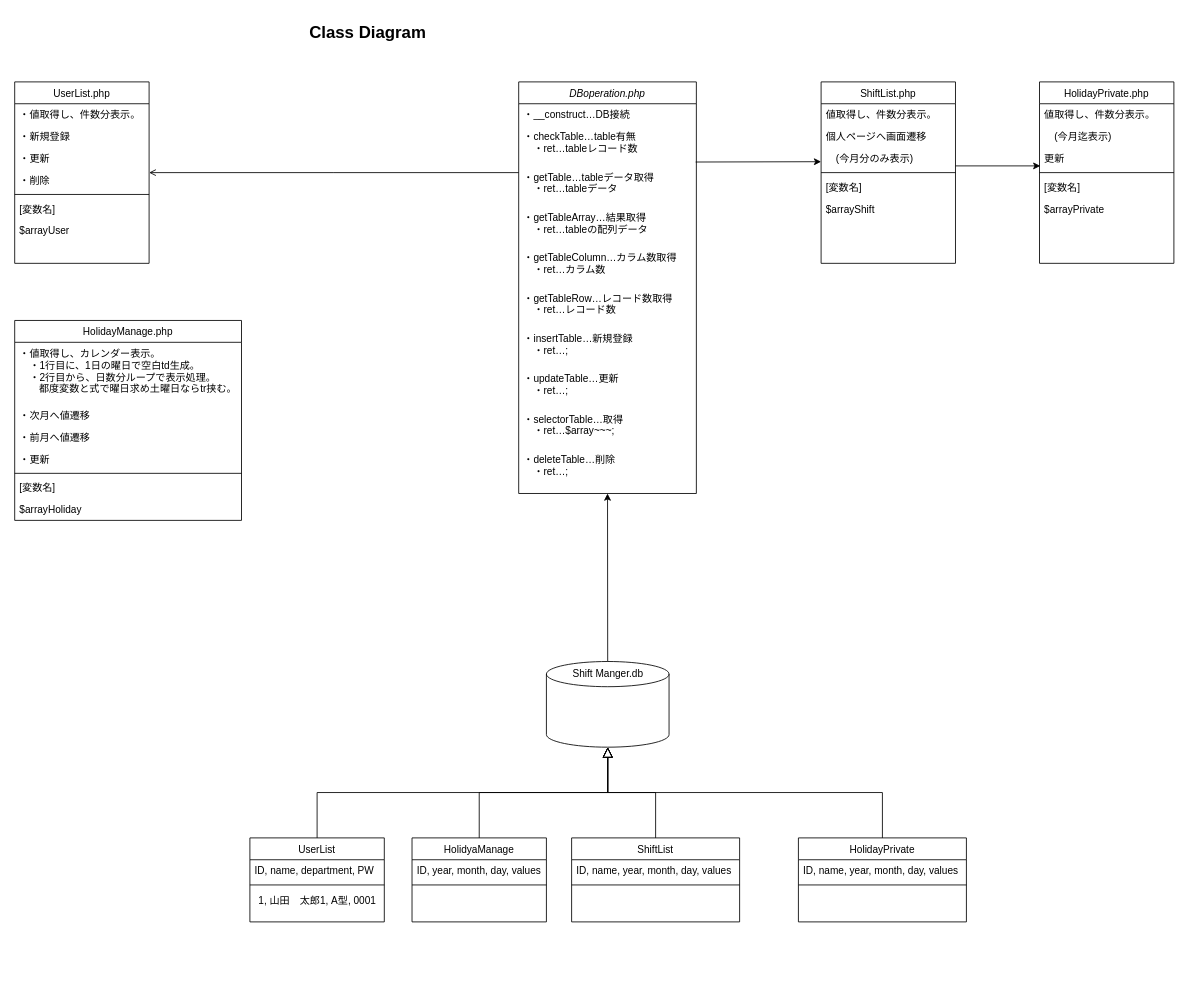
Before: Class Diagram.drawio in koji79/koji79, a draw.io diagram. Source tidied: cells renumbered, new cells numbered last; positions are measured from the earlier drawing's top-left corner, leaving out a move shared by most shapes. Both pictures are drawn from the tidied source at 84%, with x=0, y=0 at pixel (14, 14).
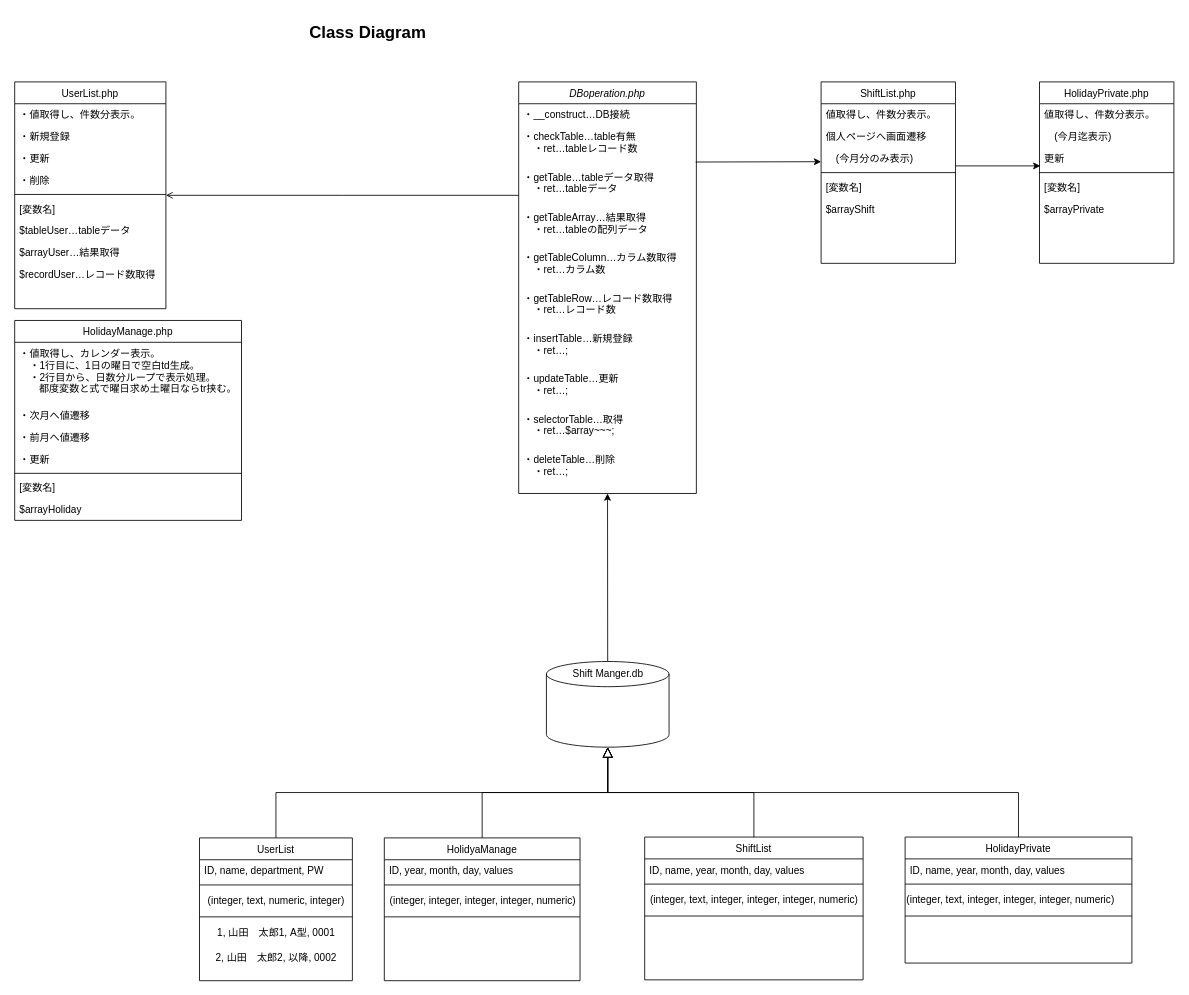
Above is the later version.

Commit message:
Class Diagram.drawio を更新します

Diff of the diagram source:
```diff
@@
     <mxCell id="13" value="UserList" style="swimlane;fontStyle=0;align=center;verticalAlign=top;horizontal=1;startSize=26;rounded=0;shadow=0;strokeWidth=1;" parent="1" vertex="1">
-      <mxGeometry x="280" y="980" width="160" height="100" as="geometry" />
+      <mxGeometry x="220" y="980" width="182" height="170" as="geometry" />
     </mxCell>
     <mxCell id="14" value="ID, name, department, PW " style="text;align=left;verticalAlign=top;spacingLeft=4;spacingRight=4;overflow=hidden;" parent="13" vertex="1">
-      <mxGeometry y="26" width="160" height="26" as="geometry" />
+      <mxGeometry y="26" width="182" height="26" as="geometry" />
     </mxCell>
     <mxCell id="15" style="line;html=1;strokeWidth=1;align=left;verticalAlign=middle;spacingTop=-1;spacingLeft=3;spacingRight=3;labelPosition=right;" parent="13" vertex="1">
-      <mxGeometry y="52" width="160" height="8" as="geometry" />
+      <mxGeometry y="52" width="182" height="8" as="geometry" />
     </mxCell>
-    <mxCell id="16" value="1, 山田　太郎1, A型, 0001" style="text;html=1;align=center;verticalAlign=middle;strokeColor=none;fillColor=none;fontSize=12;" parent="13" vertex="1">
-      <mxGeometry y="60" width="160" height="30" as="geometry" />
+    <mxCell id="16" value="(integer, text, numeric, integer)" style="text;html=1;align=center;verticalAlign=middle;strokeColor=none;fillColor=none;fontSize=12;" parent="13" vertex="1">
+      <mxGeometry y="60" width="182" height="30" as="geometry" />
     </mxCell>
+    <mxCell id="68" style="line;html=1;strokeWidth=1;align=left;verticalAlign=middle;spacingTop=-1;spacingLeft=3;spacingRight=3;labelPosition=right;" parent="13" vertex="1">
+      <mxGeometry y="90" width="182" height="8" as="geometry" />
+    </mxCell>
+    <mxCell id="69" value="1, 山田　太郎1, A型, 0001" style="text;html=1;align=center;verticalAlign=middle;strokeColor=none;fillColor=none;fontSize=12;" parent="13" vertex="1">
+      <mxGeometry y="98" width="182" height="30" as="geometry" />
+    </mxCell>
+    <mxCell id="70" value="2, 山田　太郎2, 以降, 0002" style="text;html=1;align=center;verticalAlign=middle;strokeColor=none;fillColor=none;fontSize=12;" parent="13" vertex="1">
+      <mxGeometry y="128" width="182" height="30" as="geometry" />
+    </mxCell>
@@
     <mxCell id="18" value="UserList.php" style="swimlane;fontStyle=0;align=center;verticalAlign=top;horizontal=1;startSize=26;rounded=0;shadow=0;strokeWidth=1;" parent="1" vertex="1">
-      <mxGeometry y="80" width="160" height="216" as="geometry" />
+      <mxGeometry y="80" width="180" height="270" as="geometry" />
     </mxCell>
     <mxCell id="19" value="・値取得し、件数分表示。" style="text;align=left;verticalAlign=top;spacingLeft=4;spacingRight=4;overflow=hidden;" parent="18" vertex="1">
-      <mxGeometry y="26" width="160" height="26" as="geometry" />
+      <mxGeometry y="26" width="180" height="26" as="geometry" />
     </mxCell>
     <mxCell id="20" value="・新規登録" style="text;align=left;verticalAlign=top;spacingLeft=4;spacingRight=4;overflow=hidden;rounded=0;shadow=0;html=0;" parent="18" vertex="1">
-      <mxGeometry y="52" width="160" height="26" as="geometry" />
+      <mxGeometry y="52" width="180" height="26" as="geometry" />
     </mxCell>
     <mxCell id="21" value="・更新" style="text;align=left;verticalAlign=top;spacingLeft=4;spacingRight=4;overflow=hidden;rounded=0;shadow=0;html=0;" parent="18" vertex="1">
-      <mxGeometry y="78" width="160" height="26" as="geometry" />
+      <mxGeometry y="78" width="180" height="26" as="geometry" />
     </mxCell>
     <mxCell id="22" value="・削除" style="text;align=left;verticalAlign=top;spacingLeft=4;spacingRight=4;overflow=hidden;rounded=0;shadow=0;html=0;" parent="18" vertex="1">
-      <mxGeometry y="104" width="160" height="26" as="geometry" />
+      <mxGeometry y="104" width="180" height="26" as="geometry" />
     </mxCell>
     <mxCell id="23" style="line;html=1;strokeWidth=1;align=left;verticalAlign=middle;spacingTop=-1;spacingLeft=3;spacingRight=3;labelPosition=right;" parent="18" vertex="1">
-      <mxGeometry y="130" width="160" height="8" as="geometry" />
+      <mxGeometry y="130" width="180" height="8" as="geometry" />
     </mxCell>
     <mxCell id="24" value="[変数名]" style="text;align=left;verticalAlign=top;spacingLeft=4;spacingRight=4;overflow=hidden;" parent="18" vertex="1">
-      <mxGeometry y="138" width="160" height="26" as="geometry" />
+      <mxGeometry y="138" width="180" height="26" as="geometry" />
     </mxCell>
-    <mxCell id="25" value="$arrayUser" style="text;align=left;verticalAlign=top;spacingLeft=4;spacingRight=4;overflow=hidden;" parent="18" vertex="1">
-      <mxGeometry y="164" width="160" height="26" as="geometry" />
+    <mxCell id="25" value="$tableUser…tableデータ" style="text;align=left;verticalAlign=top;spacingLeft=4;spacingRight=4;overflow=hidden;" parent="18" vertex="1">
+      <mxGeometry y="164" width="180" height="26" as="geometry" />
     </mxCell>
+    <mxCell id="71" value="$arrayUser…結果取得" style="text;align=left;verticalAlign=top;spacingLeft=4;spacingRight=4;overflow=hidden;" parent="18" vertex="1">
+      <mxGeometry y="190" width="180" height="26" as="geometry" />
+    </mxCell>
+    <mxCell id="72" value="$recordUser…レコード数取得" style="text;align=left;verticalAlign=top;spacingLeft=4;spacingRight=4;overflow=hidden;fontStyle=0;" parent="18" vertex="1">
+      <mxGeometry y="216" width="180" height="26" as="geometry" />
+    </mxCell>
@@
     <mxCell id="32" value="ShiftList" style="swimlane;fontStyle=0;align=center;verticalAlign=top;horizontal=1;startSize=26;rounded=0;shadow=0;strokeWidth=1;" parent="1" vertex="1">
-      <mxGeometry x="663" y="980" width="200" height="100" as="geometry" />
+      <mxGeometry x="750" y="979" width="260" height="170" as="geometry" />
     </mxCell>
     <mxCell id="33" value="ID, name, year, month, day, values" style="text;align=left;verticalAlign=top;spacingLeft=4;spacingRight=4;overflow=hidden;" parent="32" vertex="1">
-      <mxGeometry y="26" width="200" height="26" as="geometry" />
+      <mxGeometry y="26" width="260" height="26" as="geometry" />
     </mxCell>
     <mxCell id="34" style="line;html=1;strokeWidth=1;align=left;verticalAlign=middle;spacingTop=-1;spacingLeft=3;spacingRight=3;labelPosition=right;" parent="32" vertex="1">
-      <mxGeometry y="52" width="200" height="8" as="geometry" />
+      <mxGeometry y="52" width="260" height="8" as="geometry" />
     </mxCell>
+    <mxCell id="73" value="(integer, text, integer, integer, integer, numeric)" style="text;html=1;align=center;verticalAlign=middle;strokeColor=none;fillColor=none;fontSize=12;" parent="32" vertex="1">
+      <mxGeometry y="60" width="260" height="30" as="geometry" />
+    </mxCell>
+    <mxCell id="74" style="line;html=1;strokeWidth=1;align=left;verticalAlign=middle;spacingTop=-1;spacingLeft=3;spacingRight=3;labelPosition=right;" parent="32" vertex="1">
+      <mxGeometry y="90" width="260" height="8" as="geometry" />
+    </mxCell>
     <mxCell id="35" value="HolidayPrivate" style="swimlane;fontStyle=0;align=center;verticalAlign=top;horizontal=1;startSize=26;rounded=0;shadow=0;strokeWidth=1;" parent="1" vertex="1">
-      <mxGeometry x="933" y="980" width="200" height="100" as="geometry" />
+      <mxGeometry x="1060" y="979" width="270" height="150" as="geometry" />
     </mxCell>
     <mxCell id="36" value="ID, name, year, month, day, values" style="text;align=left;verticalAlign=top;spacingLeft=4;spacingRight=4;overflow=hidden;" parent="35" vertex="1">
-      <mxGeometry y="26" width="200" height="26" as="geometry" />
+      <mxGeometry y="26" width="270" height="26" as="geometry" />
     </mxCell>
     <mxCell id="37" style="line;html=1;strokeWidth=1;align=left;verticalAlign=middle;spacingTop=-1;spacingLeft=3;spacingRight=3;labelPosition=right;" parent="35" vertex="1">
-      <mxGeometry y="52" width="200" height="8" as="geometry" />
+      <mxGeometry y="52" width="270" height="8" as="geometry" />
     </mxCell>
+    <mxCell id="75" value="(integer, text, integer, integer, integer, numeric)" style="text;html=1;align=left;verticalAlign=middle;strokeColor=none;fillColor=none;fontSize=12;" parent="35" vertex="1">
+      <mxGeometry y="60" width="270" height="30" as="geometry" />
+    </mxCell>
+    <mxCell id="76" style="line;html=1;strokeWidth=1;align=left;verticalAlign=middle;spacingTop=-1;spacingLeft=3;spacingRight=3;labelPosition=right;" parent="35" vertex="1">
+      <mxGeometry y="90" width="270" height="8" as="geometry" />
+    </mxCell>
     <mxCell id="38" value="HolidyaManage" style="swimlane;fontStyle=0;align=center;verticalAlign=top;horizontal=1;startSize=26;rounded=0;shadow=0;strokeWidth=1;" parent="1" vertex="1">
-      <mxGeometry x="473" y="980" width="160" height="100" as="geometry" />
+      <mxGeometry x="440" y="980" width="233" height="170" as="geometry" />
     </mxCell>
     <mxCell id="39" value="ID, year, month, day, values" style="text;align=left;verticalAlign=top;spacingLeft=4;spacingRight=4;overflow=hidden;" parent="38" vertex="1">
-      <mxGeometry y="26" width="160" height="26" as="geometry" />
+      <mxGeometry y="26" width="233" height="26" as="geometry" />
     </mxCell>
     <mxCell id="40" style="line;html=1;strokeWidth=1;align=left;verticalAlign=middle;spacingTop=-1;spacingLeft=3;spacingRight=3;labelPosition=right;" parent="38" vertex="1">
-      <mxGeometry y="52" width="160" height="8" as="geometry" />
+      <mxGeometry y="52" width="233" height="8" as="geometry" />
     </mxCell>
+    <mxCell id="77" value="(integer, integer, integer, integer, numeric)" style="text;html=1;align=center;verticalAlign=middle;strokeColor=none;fillColor=none;fontSize=12;" parent="38" vertex="1">
+      <mxGeometry y="60" width="233" height="30" as="geometry" />
+    </mxCell>
+    <mxCell id="78" style="line;html=1;strokeWidth=1;align=left;verticalAlign=middle;spacingTop=-1;spacingLeft=3;spacingRight=3;labelPosition=right;" parent="38" vertex="1">
+      <mxGeometry y="90" width="233" height="8" as="geometry" />
+    </mxCell>
```
